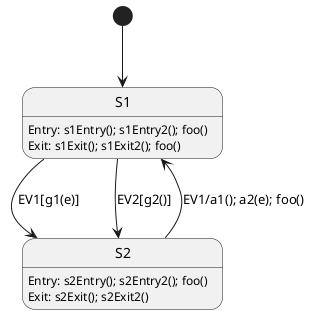
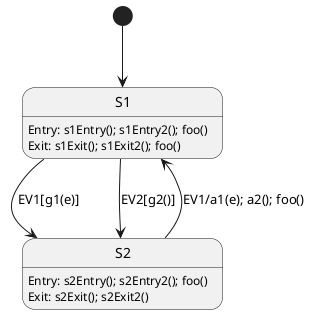

@startuml

[*] --> S1

state S1 {
    S1:Entry: s1Entry(); s1Entry2(); foo()
    S1:Exit: s1Exit(); s1Exit2(); foo()
}

state S2 {
    S2:Entry: s2Entry(); s2Entry2(); foo()
    S2:Exit: s2Exit(); s2Exit2()
}

S1 --> S2: EV1[g1(e)]
- S2 --> S1: EV1/a1(); a2(e); foo()
S1 --> S2: EV2[g2()]
+ S2 --> S1: EV1/a1(e); a2(); foo()

@enduml
